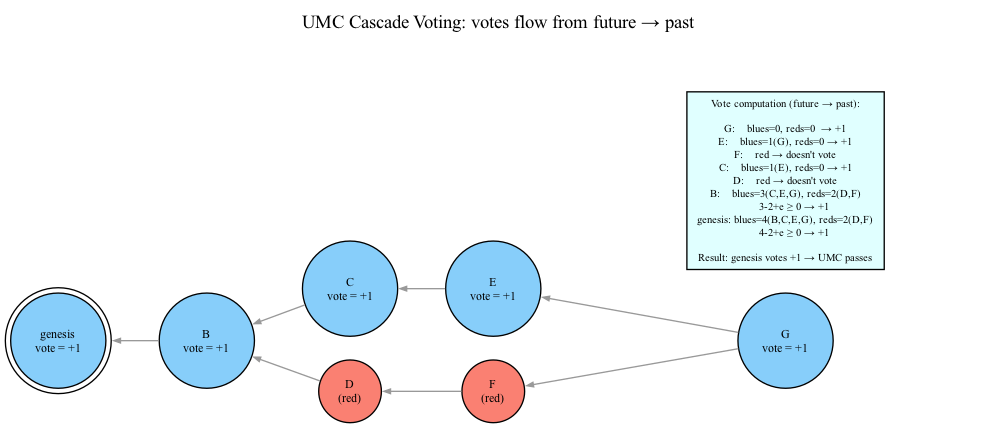
coderofstuff/dk-wiki keeps this Graphviz diagram as png/05-umc-cascade.png. Above is the earlier version. Its source is kept beside it as dot/05-umc-cascade.dot.
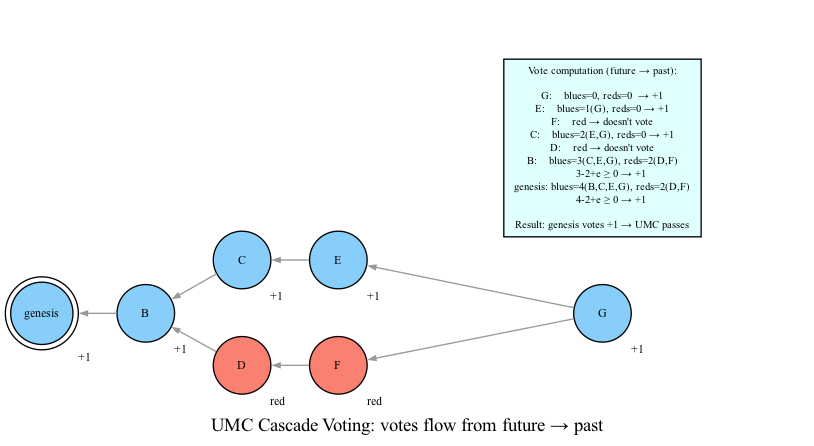
After the change.

Diff of the diagram source:
```diff
@@ -1,18 +1,19 @@
 digraph umc_cascade_example {
     rankdir=RL;
-    node [shape=circle, style=filled, fontsize=9];
+    nodesep=0.5;
+    ranksep=0.4;
+    node [shape=circle, style=filled, fontsize=9, width=0.6, height=0.6];
     edge [arrowsize=0.5, color=gray60];
 
     label="UMC Cascade Voting: votes flow from future → past";
-    labelloc=t;
 
-    GEN [label="genesis\nvote = +1", fillcolor=lightskyblue, shape=doublecircle];
-    B [label="B\nvote = +1", fillcolor=lightskyblue];
-    C [label="C\nvote = +1", fillcolor=lightskyblue];
-    D [label="D\n(red)", fillcolor=salmon];
-    E [label="E\nvote = +1", fillcolor=lightskyblue];
-    F [label="F\n(red)", fillcolor=salmon];
-    G [label="G\nvote = +1", fillcolor=lightskyblue];
+    GEN [label="genesis", fillcolor=lightskyblue, shape=doublecircle, xlabel="+1"];
+    B [label="B", fillcolor=lightskyblue, xlabel="+1"];
+    C [label="C", fillcolor=lightskyblue, xlabel="+1"];
+    D [label="D", fillcolor=salmon, xlabel="red"];
+    E [label="E", fillcolor=lightskyblue, xlabel="+1"];
+    F [label="F", fillcolor=salmon, xlabel="red"];
+    G [label="G", fillcolor=lightskyblue, xlabel="+1"];
 
     G -> E;
     G -> F;
@@ -24,6 +25,6 @@
 
     subgraph cluster_votes {
         style=invis;
-        VOTES [label="Vote computation (future → past):\n\nG:    blues=0, reds=0  → +1\nE:    blues=1(G), reds=0 → +1\nF:    red → doesn't vote\nC:    blues=1(E), reds=0 → +1\nD:    red → doesn't vote\nB:    blues=3(C,E,G), reds=2(D,F)\n      3-2+e ≥ 0 → +1\ngenesis: blues=4(B,C,E,G), reds=2(D,F)\n      4-2+e ≥ 0 → +1\n\nResult: genesis votes +1 → UMC passes", shape=box, style=filled, fillcolor=lightcyan, fontsize=8];
+        VOTES [label="Vote computation (future → past):\n\nG:    blues=0, reds=0  → +1\nE:    blues=1(G), reds=0 → +1\nF:    red → doesn't vote\nC:    blues=2(E,G), reds=0 → +1\nD:    red → doesn't vote\nB:    blues=3(C,E,G), reds=2(D,F)\n      3-2+e ≥ 0 → +1\ngenesis: blues=4(B,C,E,G), reds=2(D,F)\n      4-2+e ≥ 0 → +1\n\nResult: genesis votes +1 → UMC passes", shape=box, style=filled, fillcolor=lightcyan, fontsize=8];
     }
 }
```
